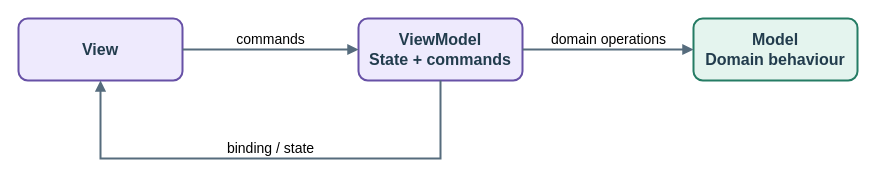
Before: page "Model–view–view-model" (13 of 44) of architecture-diagrams/all-architectures.drawio in marcelstoltz00/cos301-study-guides, a draw.io diagram. Source tidied: cells renumbered, new cells numbered last; positions are measured from the earlier drawing's top-left corner, leaving out a move shared by most shapes. Both pictures are drawn from the tidied source at 100%, with x=0, y=0 at pixel (18, 18).
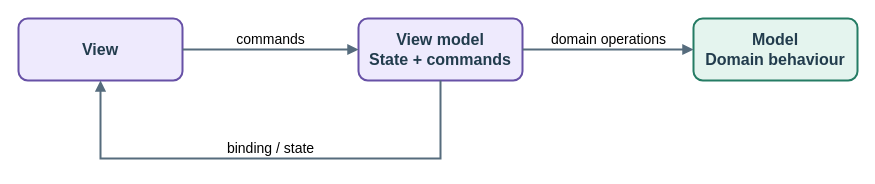
The same diagram, later.

Change to the diagram source:
```diff
@@
 <mxGraphModel>
   <root>
     <mxCell id="0" />
     <mxCell id="1" parent="0" />
     <mxCell id="2" value="View" style="rounded=1;whiteSpace=wrap;html=1;fillColor=#eeeafd;strokeColor=#6751a6;fontColor=#223c4d;fontSize=16;fontStyle=1;strokeWidth=2;" parent="1" vertex="1">
       <mxGeometry width="164" height="62" as="geometry" />
     </mxCell>
-    <mxCell id="3" value="ViewModel&lt;br&gt;State + commands" style="rounded=1;whiteSpace=wrap;html=1;fillColor=#eeeafd;strokeColor=#6751a6;fontColor=#223c4d;fontSize=16;fontStyle=1;strokeWidth=2;" parent="1" vertex="1">
+    <mxCell id="3" value="View model&lt;br&gt;State + commands" style="rounded=1;whiteSpace=wrap;html=1;fillColor=#eeeafd;strokeColor=#6751a6;fontColor=#223c4d;fontSize=16;fontStyle=1;strokeWidth=2;" parent="1" vertex="1">
       <mxGeometry x="340" width="164" height="62" as="geometry" />
     </mxCell>
     <mxCell id="4" value="Model&lt;br&gt;Domain behaviour" style="rounded=1;whiteSpace=wrap;html=1;fillColor=#e4f4ee;strokeColor=#257c64;fontColor=#223c4d;fontSize=16;fontStyle=1;strokeWidth=2;" parent="1" vertex="1">
       <mxGeometry x="675" width="164" height="62" as="geometry" />
     </mxCell>
     <mxCell id="5" value="commands" style="edgeStyle=none;rounded=0;html=1;endArrow=block;endFill=1;strokeColor=#566c7d;strokeWidth=2;fontSize=14;labelBackgroundColor=#ffffff;" parent="1" edge="1" source="2" target="3">
       <mxGeometry relative="1" as="geometry">
         <mxPoint y="-10" as="offset" />
       </mxGeometry>
     </mxCell>
     <mxCell id="6" value="binding / state" style="edgeStyle=none;rounded=0;html=1;endArrow=block;endFill=1;strokeColor=#566c7d;strokeWidth=2;fontSize=14;labelBackgroundColor=#ffffff;" parent="1" edge="1" source="3" target="2">
       <mxGeometry relative="1" as="geometry">
         <Array as="points">
           <mxPoint x="422" y="140" />
           <mxPoint x="82" y="140" />
         </Array>
         <mxPoint y="-10" as="offset" />
       </mxGeometry>
     </mxCell>
     <mxCell id="7" value="domain operations" style="edgeStyle=none;rounded=0;html=1;endArrow=block;endFill=1;strokeColor=#566c7d;strokeWidth=2;fontSize=14;labelBackgroundColor=#ffffff;" parent="1" edge="1" source="3" target="4">
       <mxGeometry relative="1" as="geometry">
         <mxPoint y="-10" as="offset" />
       </mxGeometry>
     </mxCell>
   </root>
 </mxGraphModel>
```
